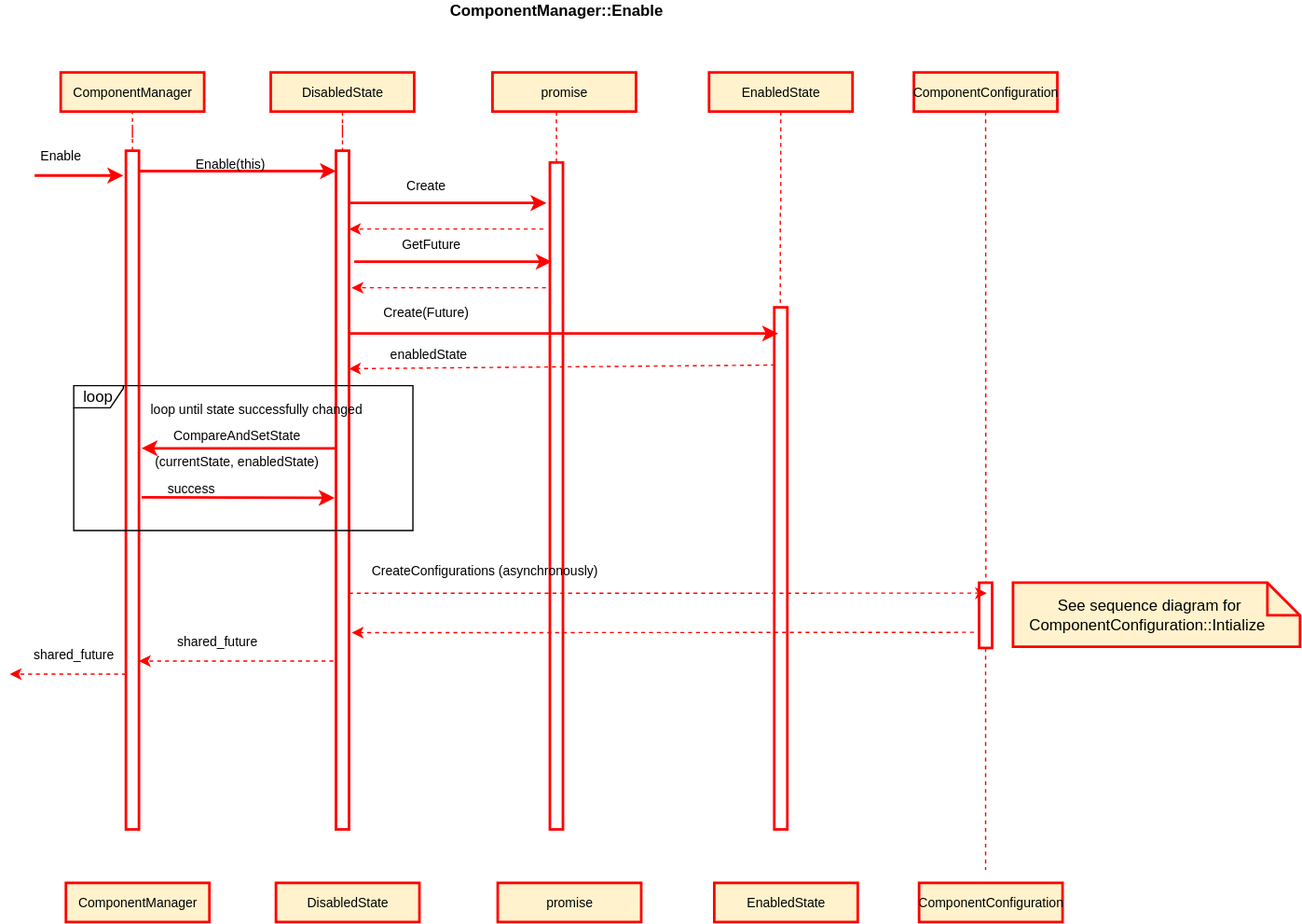
This is text/0003-declarative-services/ComponentManagerEnable.svg from CppMicroServices/rfcs, a draw.io export, as it was before one commit. Source tidied: cells renumbered, new cells last; positions are measured from the earlier drawing's top-left corner, leaving out a move shared by most shapes.
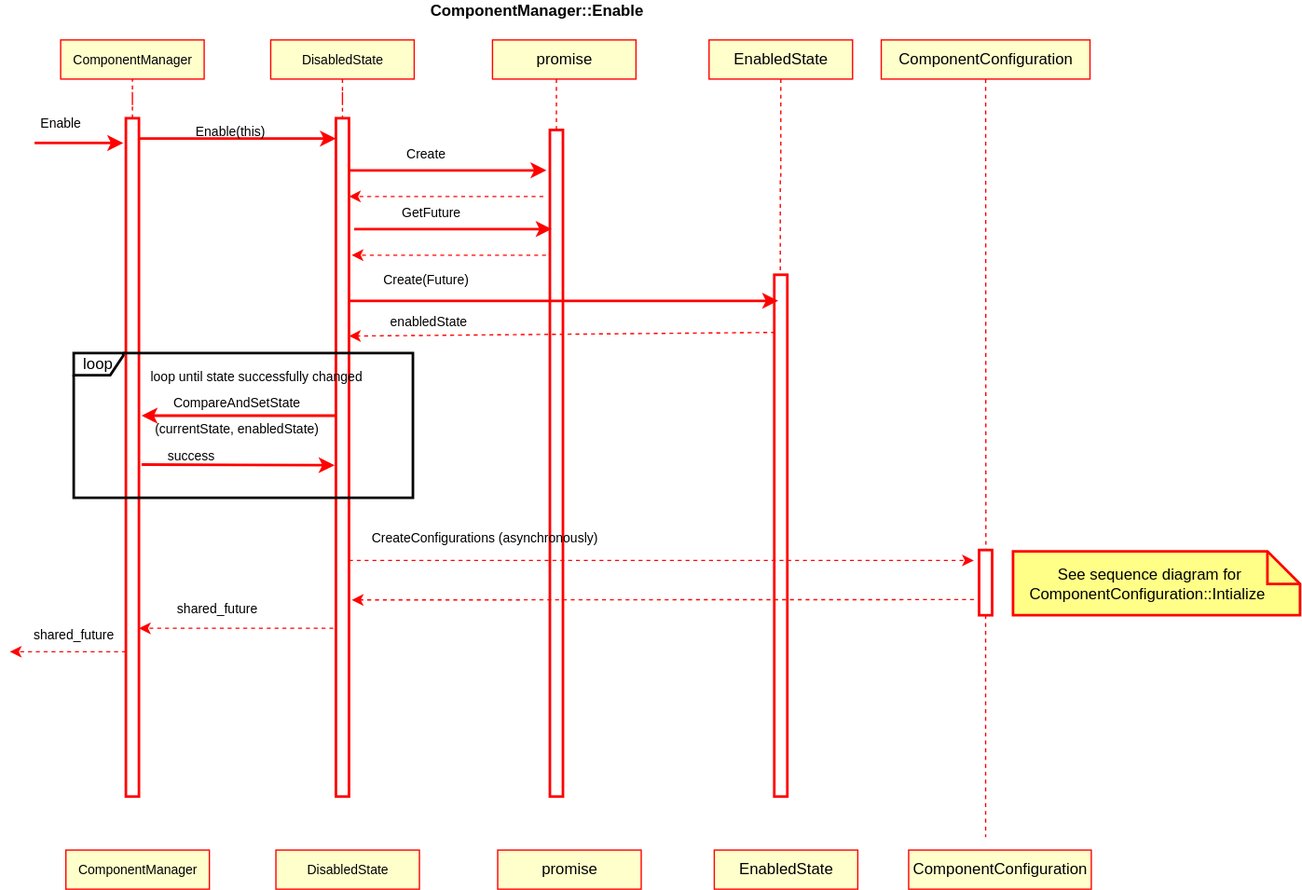
The same file after the commit.

The edit, as a diff of the source:
```diff
@@ -8,13 +8,13 @@
     <mxCell id="3" style="edgeStyle=orthogonalEdgeStyle;rounded=0;jettySize=auto;html=1;dashed=1;endArrow=none;endFill=0;strokeColor=#FF0000;strokeWidth=1;" parent="1" edge="1" source="4" target="2">
       <mxGeometry relative="1" as="geometry" />
     </mxCell>
-    <mxCell id="4" value="&lt;span style=&quot;font-size: 10px&quot;&gt;DisabledState&lt;/span&gt;" style="html=1;strokeWidth=2;fillColor=#fff2cc;strokeColor=#FF0000;" parent="1" vertex="1">
+    <mxCell id="4" value="&lt;span style=&quot;font-size: 10px&quot;&gt;DisabledState&lt;/span&gt;" style="html=1;strokeWidth=1;strokeColor=#FF0000;fillColor=#FFFFCC;" parent="1" vertex="1">
       <mxGeometry x="200" y="55" width="110" height="30" as="geometry" />
     </mxCell>
     <mxCell id="5" value="&lt;font style=&quot;font-size: 12px&quot;&gt;&lt;b&gt;ComponentManager::Enable&lt;br&gt;&lt;br&gt;&lt;/b&gt;&lt;/font&gt;" style="text;html=1;align=center;verticalAlign=middle;fontSize=10;" parent="1" vertex="1">
-      <mxGeometry x="329" width="180" height="30" as="geometry" />
+      <mxGeometry x="314" y="25" width="180" height="30" as="geometry" />
     </mxCell>
-    <mxCell id="6" value="&lt;font style=&quot;font-size: 10px&quot;&gt;promise&lt;/font&gt;" style="html=1;strokeWidth=2;fontSize=10;fillColor=#fff2cc;strokeColor=#FF0000;" parent="1" vertex="1">
+    <mxCell id="6" value="&lt;font style=&quot;font-size: 12px;&quot;&gt;promise&lt;/font&gt;" style="html=1;strokeWidth=1;fontSize=12;strokeColor=#FF0000;fillColor=#FFFFCC;" parent="1" vertex="1">
       <mxGeometry x="370" y="55" width="110" height="30" as="geometry" />
     </mxCell>
     <mxCell id="7" style="rounded=0;orthogonalLoop=1;jettySize=auto;html=1;dashed=1;endArrow=none;endFill=0;strokeWidth=1;strokeColor=#FF0000;" parent="1" edge="1">
@@ -26,16 +26,16 @@
     <mxCell id="8" style="edgeStyle=orthogonalEdgeStyle;rounded=0;jettySize=auto;html=1;entryX=0.46;entryY=-0.006;entryDx=0;entryDy=0;entryPerimeter=0;endArrow=none;endFill=0;strokeColor=#FF0000;strokeWidth=1;dashed=1;" parent="1" edge="1" source="9" target="16">
       <mxGeometry relative="1" as="geometry" />
     </mxCell>
-    <mxCell id="9" value="&lt;font style=&quot;font-size: 10px&quot;&gt;EnabledState&lt;/font&gt;" style="html=1;strokeWidth=2;fontSize=10;fillColor=#fff2cc;strokeColor=#FF0000;" parent="1" vertex="1">
+    <mxCell id="9" value="&lt;font style=&quot;font-size: 12px;&quot;&gt;EnabledState&lt;/font&gt;" style="html=1;strokeWidth=1;fontSize=12;strokeColor=#FF0000;fillColor=#FFFFCC;" parent="1" vertex="1">
       <mxGeometry x="536" y="55" width="110" height="30" as="geometry" />
     </mxCell>
     <mxCell id="10" style="edgeStyle=none;rounded=0;jettySize=auto;html=1;dashed=1;startArrow=none;startFill=0;endArrow=none;endFill=0;strokeWidth=1;fontSize=10;entryX=0.52;entryY=-0.007;entryDx=0;entryDy=0;entryPerimeter=0;strokeColor=#FF0000;" parent="1" edge="1" source="11" target="18">
       <mxGeometry relative="1" as="geometry" />
     </mxCell>
-    <mxCell id="11" value="&lt;font style=&quot;font-size: 10px&quot;&gt;ComponentConfiguration&lt;/font&gt;" style="html=1;strokeWidth=2;fontSize=10;fillColor=#fff2cc;strokeColor=#FF0000;" parent="1" vertex="1">
-      <mxGeometry x="693" y="55" width="110" height="30" as="geometry" />
+    <mxCell id="11" value="&lt;font style=&quot;font-size: 12px;&quot;&gt;ComponentConfiguration&lt;/font&gt;" style="html=1;strokeWidth=1;fontSize=12;strokeColor=#FF0000;fillColor=#FFFFCC;" parent="1" vertex="1">
+      <mxGeometry x="668" y="55" width="160" height="30" as="geometry" />
     </mxCell>
-    <mxCell id="12" value="&lt;span style=&quot;font-size: 10px&quot;&gt;ComponentManager&lt;/span&gt;" style="html=1;strokeWidth=2;fillColor=#fff2cc;strokeColor=#FF0000;" parent="1" vertex="1">
+    <mxCell id="12" value="&lt;span style=&quot;font-size: 10px&quot;&gt;ComponentManager&lt;/span&gt;" style="html=1;strokeWidth=1;strokeColor=#FF0000;fillColor=#FFFFCC;" parent="1" vertex="1">
       <mxGeometry x="39" y="55" width="110" height="30" as="geometry" />
     </mxCell>
     <mxCell id="13" style="edgeStyle=orthogonalEdgeStyle;rounded=0;jettySize=auto;html=1;strokeColor=#FF0000;strokeWidth=1;endArrow=none;endFill=0;dashed=1;" parent="1" edge="1" source="14" target="12">
@@ -136,7 +136,7 @@
     <mxCell id="36" style="endArrow=classic;html=1;strokeColor=#FF0000;strokeWidth=1;exitX=0.96;exitY=0.03;exitDx=0;exitDy=0;exitPerimeter=0;dashed=1;" parent="1" edge="1">
       <mxGeometry relative="1" as="geometry">
         <mxPoint x="260" y="454" as="sourcePoint" />
-        <mxPoint x="749" y="454" as="targetPoint" />
+        <mxPoint x="739" y="454" as="targetPoint" />
       </mxGeometry>
     </mxCell>
     <mxCell id="37" style="endArrow=classic;html=1;strokeColor=#FF0000;strokeWidth=2;exitX=1.2;exitY=0.329;exitDx=0;exitDy=0;exitPerimeter=0;" parent="1" edge="1">
@@ -168,39 +168,42 @@
     </mxCell>
     <mxCell id="43" style="endArrow=classic;html=1;strokeColor=#FF0000;strokeWidth=1;dashed=1;" parent="1" edge="1">
       <mxGeometry relative="1" as="geometry">
-        <mxPoint x="89" y="516" as="sourcePoint" />
-        <mxPoint y="516" as="targetPoint" />
+        <mxPoint x="89" y="524" as="sourcePoint" />
+        <mxPoint y="524" as="targetPoint" />
+        <Array as="points">
+          <mxPoint x="40" y="524" />
+        </Array>
       </mxGeometry>
     </mxCell>
     <mxCell id="44" value="&lt;font style=&quot;font-size: 10px&quot;&gt;shared_future&lt;/font&gt;" style="text;html=1;align=center;verticalAlign=middle;" parent="1" vertex="1">
-      <mxGeometry x="9" y="491" width="80" height="20" as="geometry" />
+      <mxGeometry x="9" y="501" width="80" height="20" as="geometry" />
     </mxCell>
-    <mxCell id="45" value="loop" style="shape=umlFrame;whiteSpace=wrap;html=1;width=38;height=17;" parent="1" vertex="1">
+    <mxCell id="45" value="loop" style="shape=umlFrame;whiteSpace=wrap;html=1;width=38;height=17;strokeWidth=2;" parent="1" vertex="1">
       <mxGeometry x="49" y="295" width="260" height="111" as="geometry" />
     </mxCell>
-    <mxCell id="46" value="&lt;span style=&quot;font-size: 10px&quot;&gt;DisabledState&lt;/span&gt;" style="html=1;strokeWidth=2;fillColor=#fff2cc;strokeColor=#FF0000;" parent="1" vertex="1">
+    <mxCell id="46" value="&lt;span style=&quot;font-size: 10px&quot;&gt;DisabledState&lt;/span&gt;" style="html=1;strokeWidth=1;strokeColor=#FF0000;fillColor=#FFFFCC;" parent="1" vertex="1">
       <mxGeometry x="204" y="676" width="110" height="30" as="geometry" />
     </mxCell>
-    <mxCell id="47" value="&lt;font style=&quot;font-size: 10px&quot;&gt;promise&lt;/font&gt;" style="html=1;strokeWidth=2;fontSize=10;fillColor=#fff2cc;strokeColor=#FF0000;" parent="1" vertex="1">
+    <mxCell id="47" value="&lt;font style=&quot;font-size: 12px;&quot;&gt;promise&lt;/font&gt;" style="html=1;strokeWidth=1;fontSize=12;strokeColor=#FF0000;fillColor=#FFFFCC;" parent="1" vertex="1">
       <mxGeometry x="374" y="676" width="110" height="30" as="geometry" />
     </mxCell>
-    <mxCell id="48" value="&lt;font style=&quot;font-size: 10px&quot;&gt;EnabledState&lt;/font&gt;" style="html=1;strokeWidth=2;fontSize=10;fillColor=#fff2cc;strokeColor=#FF0000;" parent="1" vertex="1">
+    <mxCell id="48" value="&lt;font style=&quot;font-size: 12px;&quot;&gt;EnabledState&lt;/font&gt;" style="html=1;strokeWidth=1;fontSize=12;strokeColor=#FF0000;fillColor=#FFFFCC;" parent="1" vertex="1">
       <mxGeometry x="540" y="676" width="110" height="30" as="geometry" />
     </mxCell>
-    <mxCell id="49" value="&lt;font style=&quot;font-size: 10px&quot;&gt;ComponentConfiguration&lt;/font&gt;" style="html=1;strokeWidth=2;fontSize=10;fillColor=#fff2cc;strokeColor=#FF0000;" parent="1" vertex="1">
-      <mxGeometry x="697" y="676" width="110" height="30" as="geometry" />
+    <mxCell id="49" value="&lt;font style=&quot;font-size: 12px;&quot;&gt;ComponentConfiguration&lt;/font&gt;" style="html=1;strokeWidth=1;fontSize=12;strokeColor=#FF0000;fillColor=#FFFFCC;" parent="1" vertex="1">
+      <mxGeometry x="689" y="676" width="140" height="30" as="geometry" />
     </mxCell>
-    <mxCell id="50" value="&lt;span style=&quot;font-size: 10px&quot;&gt;ComponentManager&lt;/span&gt;" style="html=1;strokeWidth=2;fillColor=#fff2cc;strokeColor=#FF0000;" parent="1" vertex="1">
+    <mxCell id="50" value="&lt;span style=&quot;font-size: 10px&quot;&gt;ComponentManager&lt;/span&gt;" style="html=1;strokeWidth=1;strokeColor=#FF0000;fillColor=#FFFFCC;" parent="1" vertex="1">
       <mxGeometry x="43" y="676" width="110" height="30" as="geometry" />
     </mxCell>
     <mxCell id="51" value="&lt;font style=&quot;font-size: 10px&quot;&gt;loop until state successfully changed&lt;/font&gt;" style="text;html=1;align=center;verticalAlign=middle;" parent="1" vertex="1">
       <mxGeometry x="99" y="303" width="180" height="20" as="geometry" />
     </mxCell>
-    <mxCell id="52" style="shape=note2;boundedLbl=1;whiteSpace=wrap;html=1;size=25;verticalAlign=top;align=center;strokeWidth=2;fillColor=#fff2cc;strokeColor=#FF0000;" parent="1" vertex="1">
-      <mxGeometry x="769" y="446" width="220" height="49" as="geometry" />
+    <mxCell id="52" style="shape=note2;boundedLbl=1;whiteSpace=wrap;html=1;size=25;verticalAlign=top;align=center;strokeWidth=2;fillColor=#ffff88;strokeColor=#FF0000;" parent="1" vertex="1">
+      <mxGeometry x="769" y="447" width="220" height="49" as="geometry" />
     </mxCell>
     <mxCell id="53" value="See sequence diagram for ComponentConfiguration::Intialize&amp;nbsp;" style="text;html=1;strokeColor=none;fillColor=none;align=center;verticalAlign=middle;whiteSpace=wrap;rounded=0;" parent="1" vertex="1">
-      <mxGeometry x="789" y="460.5" width="170" height="20" as="geometry" />
+      <mxGeometry x="789" y="461.5" width="170" height="20" as="geometry" />
     </mxCell>
   </root>
 </mxGraphModel>
```
